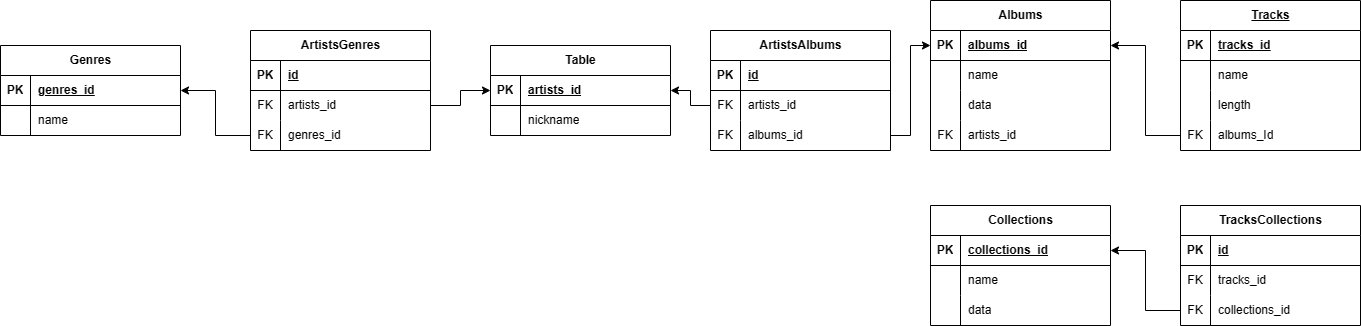
The draw.io diagram Diagram DZ.drawio.png in SEREGA4332/2-dz, before a commit. Source tidied: cells renumbered, new cells last; positions are measured from the earlier drawing's top-left corner, leaving out a move shared by most shapes.
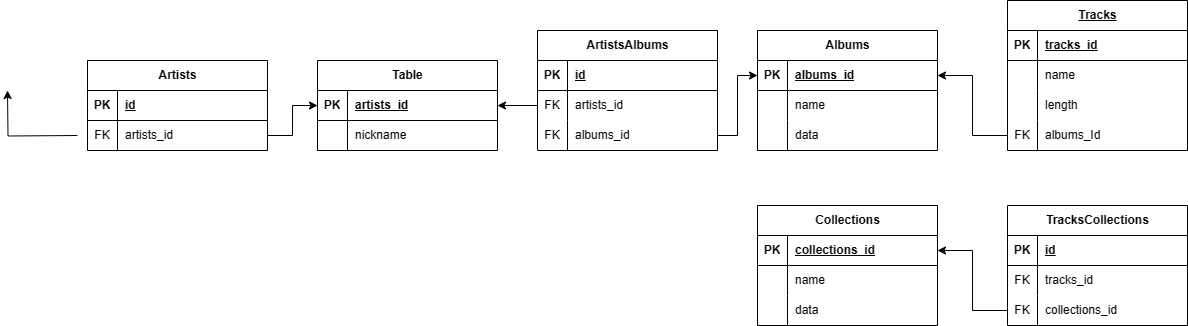
Above is the later version.

What changed in the source:
```diff
@@ -2,29 +2,8 @@
   <root>
     <mxCell id="0" />
     <mxCell id="1" parent="0" />
-    <mxCell id="2" value="Genres" style="shape=table;startSize=30;rowLines=0;fontStyle=1;align=center;html=1;" parent="1" vertex="1">
-      <mxGeometry y="45" width="180" height="90" as="geometry" />
-    </mxCell>
-    <mxCell id="3" style="shape=tableRow;horizontal=0;startSize=0;swimlaneHead=0;swimlaneBody=0;fillColor=none;points=[[0,0.5],[1,0.5]];portConstraint=eastwest;top=0;left=0;right=0;bottom=1;" parent="2" vertex="1">
-      <mxGeometry y="30" width="180" height="30" as="geometry" />
-    </mxCell>
-    <mxCell id="4" value="PK" style="shape=partialRectangle;fillColor=none;top=0;left=0;bottom=0;right=0;fontStyle=1;overflow=hidden;whiteSpace=wrap;html=1;" parent="3" vertex="1">
-      <mxGeometry width="30" height="30" as="geometry" />
-    </mxCell>
-    <mxCell id="5" value="genres_id" style="shape=partialRectangle;fillColor=none;top=0;left=0;bottom=0;right=0;align=left;spacingLeft=6;fontStyle=5;overflow=hidden;whiteSpace=wrap;html=1;" parent="3" vertex="1">
-      <mxGeometry x="30" width="150" height="30" as="geometry" />
-    </mxCell>
-    <mxCell id="6" style="shape=tableRow;horizontal=0;startSize=0;swimlaneHead=0;swimlaneBody=0;fillColor=none;top=0;left=0;right=0;bottom=0;" parent="2" vertex="1">
-      <mxGeometry y="60" width="180" height="30" as="geometry" />
-    </mxCell>
-    <mxCell id="7" style="shape=partialRectangle;fillColor=none;top=0;left=0;bottom=0;right=0;overflow=hidden;whiteSpace=wrap;html=1;" parent="6" vertex="1">
-      <mxGeometry width="30" height="30" as="geometry" />
-    </mxCell>
-    <mxCell id="8" value="name" style="shape=partialRectangle;fillColor=none;top=0;left=0;bottom=0;right=0;align=left;spacingLeft=6;overflow=hidden;whiteSpace=wrap;html=1;" parent="6" vertex="1">
-      <mxGeometry x="30" width="150" height="30" as="geometry" />
-    </mxCell>
-    <mxCell id="9" value="ArtistsGenres" style="shape=table;startSize=30;rowLines=0;fontStyle=1;align=center;html=1;" parent="1" vertex="1">
-      <mxGeometry x="250" y="30" width="180" height="120" as="geometry" />
+    <mxCell id="9" value="Artists" style="shape=table;startSize=30;rowLines=0;fontStyle=1;align=center;html=1;" parent="1" vertex="1">
+      <mxGeometry x="260" y="60" width="180" height="90" as="geometry" />
     </mxCell>
     <mxCell id="10" style="shape=tableRow;horizontal=0;startSize=0;swimlaneHead=0;swimlaneBody=0;fillColor=none;top=0;left=0;right=0;bottom=1;" parent="9" vertex="1">
       <mxGeometry y="30" width="180" height="30" as="geometry" />
@@ -44,20 +23,14 @@
     <mxCell id="15" value="artists_id" style="shape=partialRectangle;fillColor=none;top=0;left=0;bottom=0;right=0;align=left;spacingLeft=6;overflow=hidden;whiteSpace=wrap;html=1;" parent="13" vertex="1">
       <mxGeometry x="30" width="150" height="30" as="geometry" />
     </mxCell>
-    <mxCell id="16" style="shape=tableRow;horizontal=0;startSize=0;swimlaneHead=0;swimlaneBody=0;fillColor=none;points=[[0,0.5],[1,0.5]];portConstraint=eastwest;top=0;left=0;right=0;bottom=0;" parent="9" vertex="1">
-      <mxGeometry y="90" width="180" height="30" as="geometry" />
-    </mxCell>
-    <mxCell id="17" value="FK" style="shape=partialRectangle;fillColor=none;top=0;left=0;bottom=0;right=0;overflow=hidden;whiteSpace=wrap;html=1;" parent="16" vertex="1">
-      <mxGeometry width="30" height="30" as="geometry" />
-    </mxCell>
-    <mxCell id="18" value="genres_id" style="shape=partialRectangle;fillColor=none;top=0;left=0;bottom=0;right=0;align=left;spacingLeft=6;overflow=hidden;whiteSpace=wrap;html=1;" parent="16" vertex="1">
-      <mxGeometry x="30" width="150" height="30" as="geometry" />
-    </mxCell>
-    <mxCell id="19" style="edgeStyle=orthogonalEdgeStyle;rounded=0;jettySize=auto;html=1;exitX=0;exitY=0.5;exitDx=0;exitDy=0;entryX=1;entryY=0.5;entryDx=0;entryDy=0;" parent="1" edge="1" source="16" target="3">
-      <mxGeometry relative="1" as="geometry" />
+    <mxCell id="19" style="edgeStyle=orthogonalEdgeStyle;rounded=0;orthogonalLoop=1;jettySize=auto;html=1;exitX=0;exitY=0.5;exitDx=0;exitDy=0;entryX=1;entryY=0.5;entryDx=0;entryDy=0;" parent="1" edge="1">
+      <mxGeometry relative="1" as="geometry">
+        <mxPoint x="250" y="135" as="sourcePoint" />
+        <mxPoint x="180" y="90" as="targetPoint" />
+      </mxGeometry>
     </mxCell>
     <mxCell id="20" value="Table" style="shape=table;startSize=30;rowLines=0;fontStyle=1;align=center;html=1;" parent="1" vertex="1">
-      <mxGeometry x="490" y="45" width="180" height="90" as="geometry" />
+      <mxGeometry x="490" y="60" width="180" height="90" as="geometry" />
     </mxCell>
     <mxCell id="21" style="shape=tableRow;horizontal=0;startSize=0;swimlaneHead=0;swimlaneBody=0;fillColor=none;points=[[0,0.5],[1,0.5]];portConstraint=eastwest;top=0;left=0;right=0;bottom=1;" parent="20" vertex="1">
       <mxGeometry y="30" width="180" height="30" as="geometry" />
@@ -114,7 +87,7 @@
       <mxGeometry relative="1" as="geometry" />
     </mxCell>
     <mxCell id="39" value="Albums" style="shape=table;startSize=30;rowLines=0;fontStyle=1;align=center;html=1;" parent="1" vertex="1">
-      <mxGeometry x="930" width="180" height="150" as="geometry" />
+      <mxGeometry x="930" y="30" width="180" height="120" as="geometry" />
     </mxCell>
     <mxCell id="40" style="shape=tableRow;horizontal=0;startSize=0;swimlaneHead=0;swimlaneBody=0;fillColor=none;points=[[0,0.5],[1,0.5]];portConstraint=eastwest;top=0;left=0;right=0;bottom=1;" parent="39" vertex="1">
       <mxGeometry y="30" width="180" height="30" as="geometry" />
@@ -143,15 +116,6 @@
     <mxCell id="48" value="data" style="shape=partialRectangle;fillColor=none;top=0;left=0;bottom=0;right=0;align=left;spacingLeft=6;overflow=hidden;whiteSpace=wrap;html=1;" parent="46" vertex="1">
       <mxGeometry x="30" width="150" height="30" as="geometry" />
     </mxCell>
-    <mxCell id="49" style="shape=tableRow;horizontal=0;startSize=0;swimlaneHead=0;swimlaneBody=0;fillColor=none;top=0;left=0;right=0;bottom=0;" parent="39" vertex="1">
-      <mxGeometry y="120" width="180" height="30" as="geometry" />
-    </mxCell>
-    <mxCell id="50" value="FK" style="shape=partialRectangle;fillColor=none;top=0;left=0;bottom=0;right=0;overflow=hidden;whiteSpace=wrap;html=1;" parent="49" vertex="1">
-      <mxGeometry width="30" height="30" as="geometry" />
-    </mxCell>
-    <mxCell id="51" value="artists_id" style="shape=partialRectangle;fillColor=none;top=0;left=0;bottom=0;right=0;align=left;spacingLeft=6;overflow=hidden;whiteSpace=wrap;html=1;" parent="49" vertex="1">
-      <mxGeometry x="30" width="150" height="30" as="geometry" />
-    </mxCell>
     <mxCell id="52" style="edgeStyle=orthogonalEdgeStyle;rounded=0;jettySize=auto;html=1;exitX=1;exitY=0.5;exitDx=0;exitDy=0;entryX=0;entryY=0.5;entryDx=0;entryDy=0;" parent="1" edge="1" source="35" target="40">
       <mxGeometry relative="1" as="geometry" />
     </mxCell>
@@ -260,5 +224,8 @@
     <mxCell id="87" style="edgeStyle=orthogonalEdgeStyle;rounded=0;jettySize=auto;html=1;exitX=0;exitY=0.5;exitDx=0;exitDy=0;entryX=1;entryY=0.5;entryDx=0;entryDy=0;" parent="1" edge="1" source="83" target="40">
       <mxGeometry relative="1" as="geometry" />
     </mxCell>
+    <mxCell id="88" style="edgeStyle=orthogonalEdgeStyle;rounded=0;orthogonalLoop=1;jettySize=auto;html=1;exitX=0.25;exitY=0;exitDx=0;exitDy=0;entryX=0.25;entryY=0;entryDx=0;entryDy=0;" parent="1" edge="1" source="39" target="39">
+      <mxGeometry relative="1" as="geometry" />
+    </mxCell>
   </root>
 </mxGraphModel>
```
